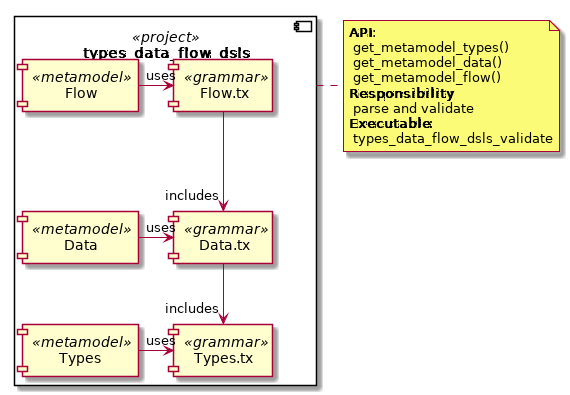
This is images/types_data_flow_02.png from textX/textx-multi-metamodel-example, a PlantUML export, as it was before one commit.
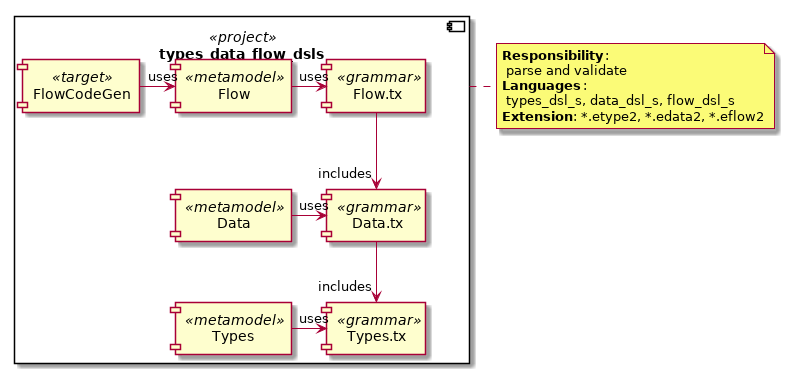
Later version of the same file.

The edit, as a diff of the source:
```diff
@@ -7,17 +7,17 @@
 	component Types <<metamodel>> as Types
 	component Data <<metamodel>> as Data
 	component Flow <<metamodel>> as Flow
+
+	component FlowCodeGen <<target>> as FlowCodeGen
+
 }
 
 note as Note
-**API**:
- get_metamodel_types()
- get_metamodel_data()
- get_metamodel_flow()
 **Responsibility**:
  parse and validate
-**Executable**:
- types_data_flow_dsls_validate
+**Languages**:
+ types_dsl_s, data_dsl_s, flow_dsl_s
+**Extension**: *.etype2, *.edata2, *.eflow2
 end note
 
 types_data_flow_dsls . Note
@@ -29,4 +29,6 @@
 Data -> "uses" DataG
 Flow -> "uses" FlowG
 
+FlowCodeGen -> "uses" Flow
+
 @enduml
```
